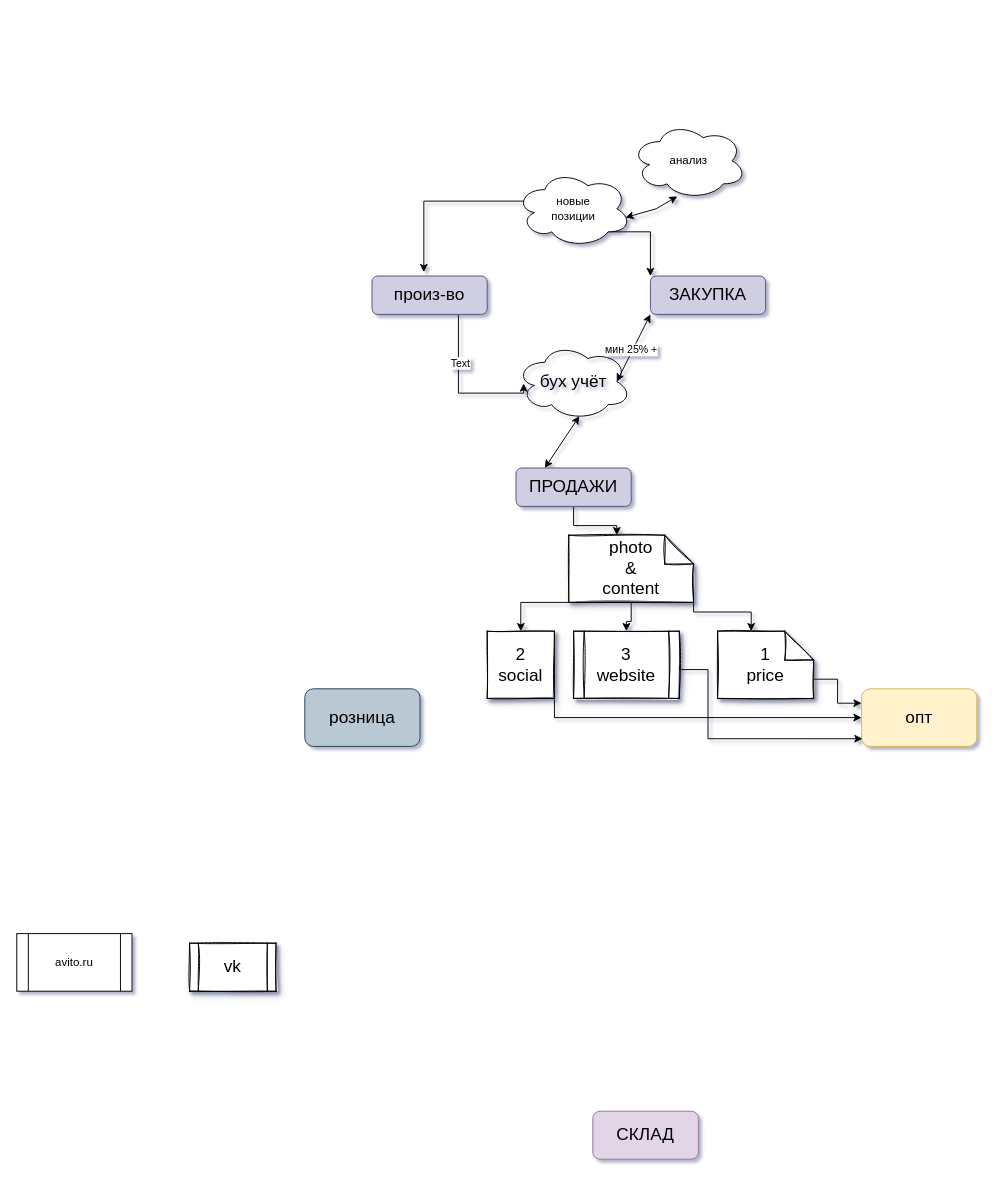
This is Untitled Diagram.drawio from m11nic89co/ecom.net.ru, a draw.io file, before an edit. Source tidied: cells renumbered, new cells numbered last; positions are measured from the earlier drawing's top-left corner, leaving out a move shared by most shapes. Both pictures are drawn from the tidied source at 96%, with x=0, y=0 at pixel (16, 122).
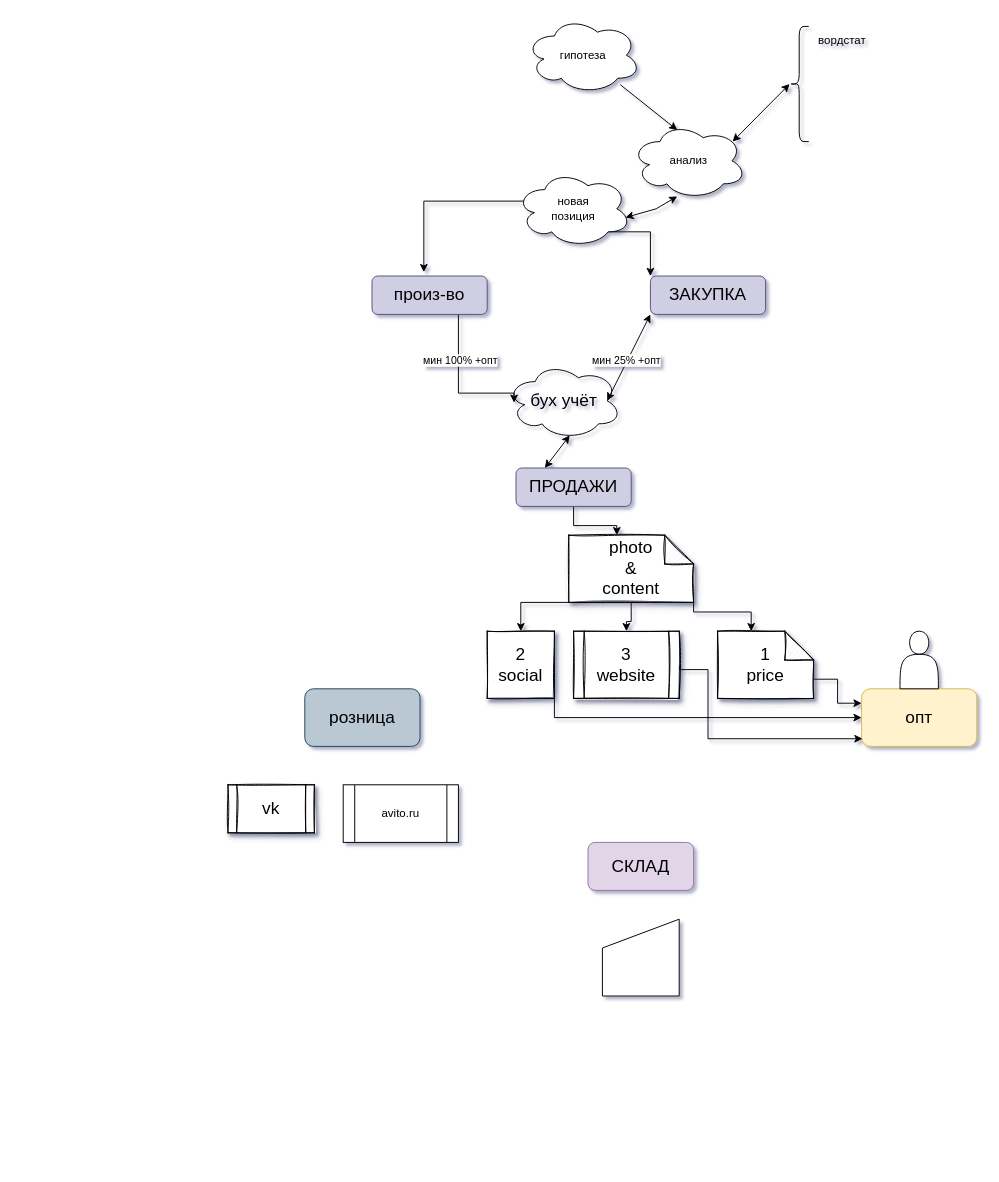
The same diagram, later.

The change refers to these unchanged cells:
```xml
<mxCell id="22" style="endArrow=classic;startArrow=classic;html=1;rounded=0;entryX=0.875;entryY=0.5;entryDx=0;entryDy=0;entryPerimeter=0;exitX=0;exitY=1;exitDx=0;exitDy=0;" parent="1" edge="1" source="11" target="4">
  <mxGeometry relative="1" as="geometry" />
</mxCell>
<mxCell id="27" value="анализ" style="ellipse;shape=cloud;whiteSpace=wrap;html=1;" parent="1" vertex="1">
  <mxGeometry x="640" width="120" height="80" as="geometry" />
</mxCell>
<mxCell id="29" style="edgeStyle=orthogonalEdgeStyle;rounded=0;jettySize=auto;html=1;exitX=0.75;exitY=1;exitDx=0;exitDy=0;entryX=0.067;entryY=0.525;entryDx=0;entryDy=0;entryPerimeter=0;" parent="1" edge="1" source="31" target="4">
  <mxGeometry relative="1" as="geometry">
    <Array as="points">
      <mxPoint x="460" y="282" />
    </Array>
  </mxGeometry>
</mxCell>
```

Diff of the diagram source:
```diff
@@
     <mxCell id="3" value="СКЛАД" style="rounded=1;whiteSpace=wrap;html=1;shadow=0;fontSize=18;fillColor=#e1d5e7;strokeColor=#9673a6;" parent="1" vertex="1">
-      <mxGeometry x="600" y="1030" width="110" height="50" as="geometry" />
+      <mxGeometry x="595" y="750" width="110" height="50" as="geometry" />
     </mxCell>
     <mxCell id="4" value="бух учёт" style="ellipse;shape=cloud;whiteSpace=wrap;html=1;shadow=0;fontSize=18;fillColor=none;" parent="1" vertex="1">
-      <mxGeometry x="520" y="230" width="120" height="80" as="geometry" />
+      <mxGeometry x="510" y="250" width="120" height="80" as="geometry" />
     </mxCell>
@@
     <mxCell id="10" value="vk" style="shape=process;whiteSpace=wrap;html=1;backgroundOutline=1;shadow=1;sketch=1;fontSize=18;" parent="1" vertex="1">
-      <mxGeometry x="180" y="855" width="90" height="50" as="geometry" />
+      <mxGeometry x="220" y="690" width="90" height="50" as="geometry" />
     </mxCell>
@@
     <mxCell id="20" value="avito.ru" style="shape=process;whiteSpace=wrap;html=1;backgroundOutline=1;" parent="1" vertex="1">
-      <mxGeometry y="845" width="120" height="60" as="geometry" />
+      <mxGeometry x="340" y="690" width="120" height="60" as="geometry" />
     </mxCell>
@@
-    <mxCell id="23" value="мин 25% +" style="edgeLabel;html=1;align=center;verticalAlign=middle;" parent="22" vertex="1">
+    <mxCell id="23" value="мин 25% +опт" style="edgeLabel;html=1;align=center;verticalAlign=middle;" parent="22" vertex="1">
       <mxGeometry x="0.08" y="-2" relative="1" as="geometry" />
     </mxCell>
@@
-    <mxCell id="26" value="новые&lt;br&gt;позиции" style="ellipse;shape=cloud;whiteSpace=wrap;html=1;" parent="1" vertex="1">
+    <mxCell id="26" value="новая&lt;br&gt;позиция" style="ellipse;shape=cloud;whiteSpace=wrap;html=1;" parent="1" vertex="1">
       <mxGeometry x="520" y="50" width="120" height="80" as="geometry" />
     </mxCell>
@@
-    <mxCell id="30" value="Text" style="edgeLabel;html=1;align=center;verticalAlign=middle;" parent="29" vertex="1">
+    <mxCell id="30" value="мин 100% +опт" style="edgeLabel;html=1;align=center;verticalAlign=middle;" parent="29" vertex="1">
       <mxGeometry x="-0.38" y="1" relative="1" as="geometry" />
     </mxCell>
@@
+    <mxCell id="32" style="endArrow=classic;startArrow=classic;html=1;rounded=0;exitX=0.88;exitY=0.25;exitDx=0;exitDy=0;exitPerimeter=0;" parent="1" edge="1" source="27">
+      <mxGeometry relative="1" as="geometry">
+        <mxPoint x="805" y="-40" as="targetPoint" />
+      </mxGeometry>
+    </mxCell>
+    <mxCell id="33" style="shape=curlyBracket;whiteSpace=wrap;html=1;rounded=1;" parent="1" vertex="1">
+      <mxGeometry x="805" y="-100" width="20" height="120" as="geometry" />
+    </mxCell>
+    <mxCell id="34" value="вордстат" style="text;html=1;strokeColor=none;fillColor=none;align=center;verticalAlign=middle;whiteSpace=wrap;rounded=0;" parent="1" vertex="1">
+      <mxGeometry x="830" y="-100" width="60" height="30" as="geometry" />
+    </mxCell>
+    <mxCell id="35" value="гипотеза" style="ellipse;shape=cloud;whiteSpace=wrap;html=1;" parent="1" vertex="1">
+      <mxGeometry x="530" y="-110" width="120" height="80" as="geometry" />
+    </mxCell>
+    <mxCell id="36" style="endArrow=classic;html=1;rounded=0;entryX=0.4;entryY=0.1;entryDx=0;entryDy=0;entryPerimeter=0;" parent="1" edge="1" source="35" target="27">
+      <mxGeometry relative="1" as="geometry" />
+    </mxCell>
+    <mxCell id="37" style="shape=manualInput;whiteSpace=wrap;html=1;fontSize=22;" parent="1" vertex="1">
+      <mxGeometry x="610" y="830" width="80" height="80" as="geometry" />
+    </mxCell>
+    <mxCell id="38" style="shape=actor;whiteSpace=wrap;html=1;fontSize=22;gradientColor=none;" parent="1" vertex="1">
+      <mxGeometry x="920" y="530" width="40" height="60" as="geometry" />
+    </mxCell>
```
